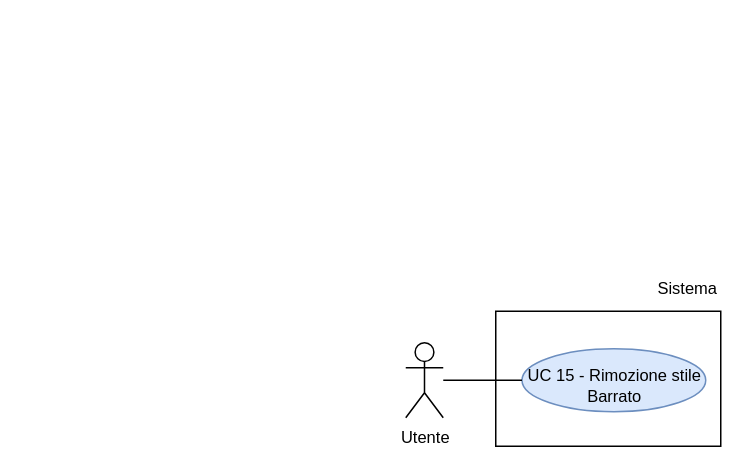
Before: RTB/doc_esterna/analisi-dei-requisiti/assets/draw.io/UC15.drawio in thebitless-group-swe/thebitless.github.io, a draw.io diagram. Source tidied: cells renumbered, new cells numbered last; positions are measured from the earlier drawing's top-left corner, leaving out a move shared by most shapes. Both pictures are drawn from the tidied source at 150%, with x=0, y=0 at pixel (405, 266).
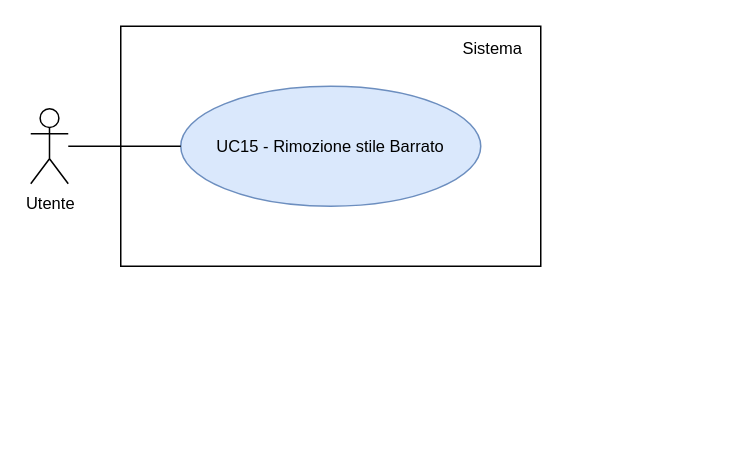
The same page after the edit.

The edit, as a diff of the source:
```diff
@@
 <mxGraphModel>
   <root>
     <mxCell id="0" />
     <mxCell id="1" parent="0" />
     <mxCell id="2" value="Utente" style="shape=umlActor;verticalLabelPosition=bottom;verticalAlign=top;html=1;outlineConnect=0;fontSize=11;" parent="1" vertex="1">
-      <mxGeometry y="51" width="25" height="50" as="geometry" />
+      <mxGeometry x="-250" y="-105" width="25" height="50" as="geometry" />
     </mxCell>
-    <mxCell id="3" style="rounded=0;whiteSpace=wrap;html=1;strokeWidth=1;" parent="1" vertex="1">
-      <mxGeometry x="60" y="30" width="150" height="90" as="geometry" />
-    </mxCell>
+    <mxCell id="8" style="rounded=0;whiteSpace=wrap;html=1;strokeWidth=1;" parent="1" vertex="1">
+      <mxGeometry x="-190" y="-160" width="280" height="160" as="geometry" />
+    </mxCell>
     <mxCell id="4" value="Sistema" style="text;html=1;whiteSpace=wrap;strokeColor=none;fillColor=none;align=right;verticalAlign=middle;fontSize=11;" parent="1" vertex="1">
-      <mxGeometry x="150" width="60" height="30" as="geometry" />
+      <mxGeometry x="10" y="-155" width="70" height="20" as="geometry" />
     </mxCell>
-    <mxCell id="5" value="&lt;div&gt;UC 15 - Rimozione stile Barrato&lt;/div&gt;" style="ellipse;whiteSpace=wrap;html=1;fillColor=#dae8fc;strokeColor=#6c8ebf;fontSize=11;convertToSvg=1;svgWhiteSpace=wrap;labelBorderColor=none;labelBackgroundColor=none;spacingBottom=-8;" parent="1" vertex="1">
-      <mxGeometry x="77.5" y="55" width="122.5" height="42" as="geometry" />
-    </mxCell>
-    <mxCell id="6" style="edgeStyle=none;rounded=0;jettySize=auto;html=1;endArrow=none;endFill=0;" parent="1" edge="1" source="2" target="5">
-      <mxGeometry relative="1" as="geometry" />
-    </mxCell>
-    <mxCell id="7" style="edgeStyle=orthogonalEdgeStyle;rounded=0;orthogonalLoop=1;jettySize=auto;html=1;exitX=0.5;exitY=1;exitDx=0;exitDy=0;" parent="1" edge="1" source="4" target="4">
-      <mxGeometry relative="1" as="geometry" />
-    </mxCell>
+    <mxCell id="9" value="UC15 - Rimozione stile Barrato" style="ellipse;whiteSpace=wrap;html=1;fillColor=#dae8fc;strokeColor=#6c8ebf;fontSize=11;" parent="1" vertex="1">
+      <mxGeometry x="-150" y="-120" width="200" height="80" as="geometry" />
+    </mxCell>
+    <mxCell id="10" style="edgeStyle=none;rounded=0;jettySize=auto;html=1;endArrow=none;endFill=0;" parent="1" edge="1" source="2" target="9">
+      <mxGeometry relative="1" as="geometry" />
+    </mxCell>
   </root>
 </mxGraphModel>
```
